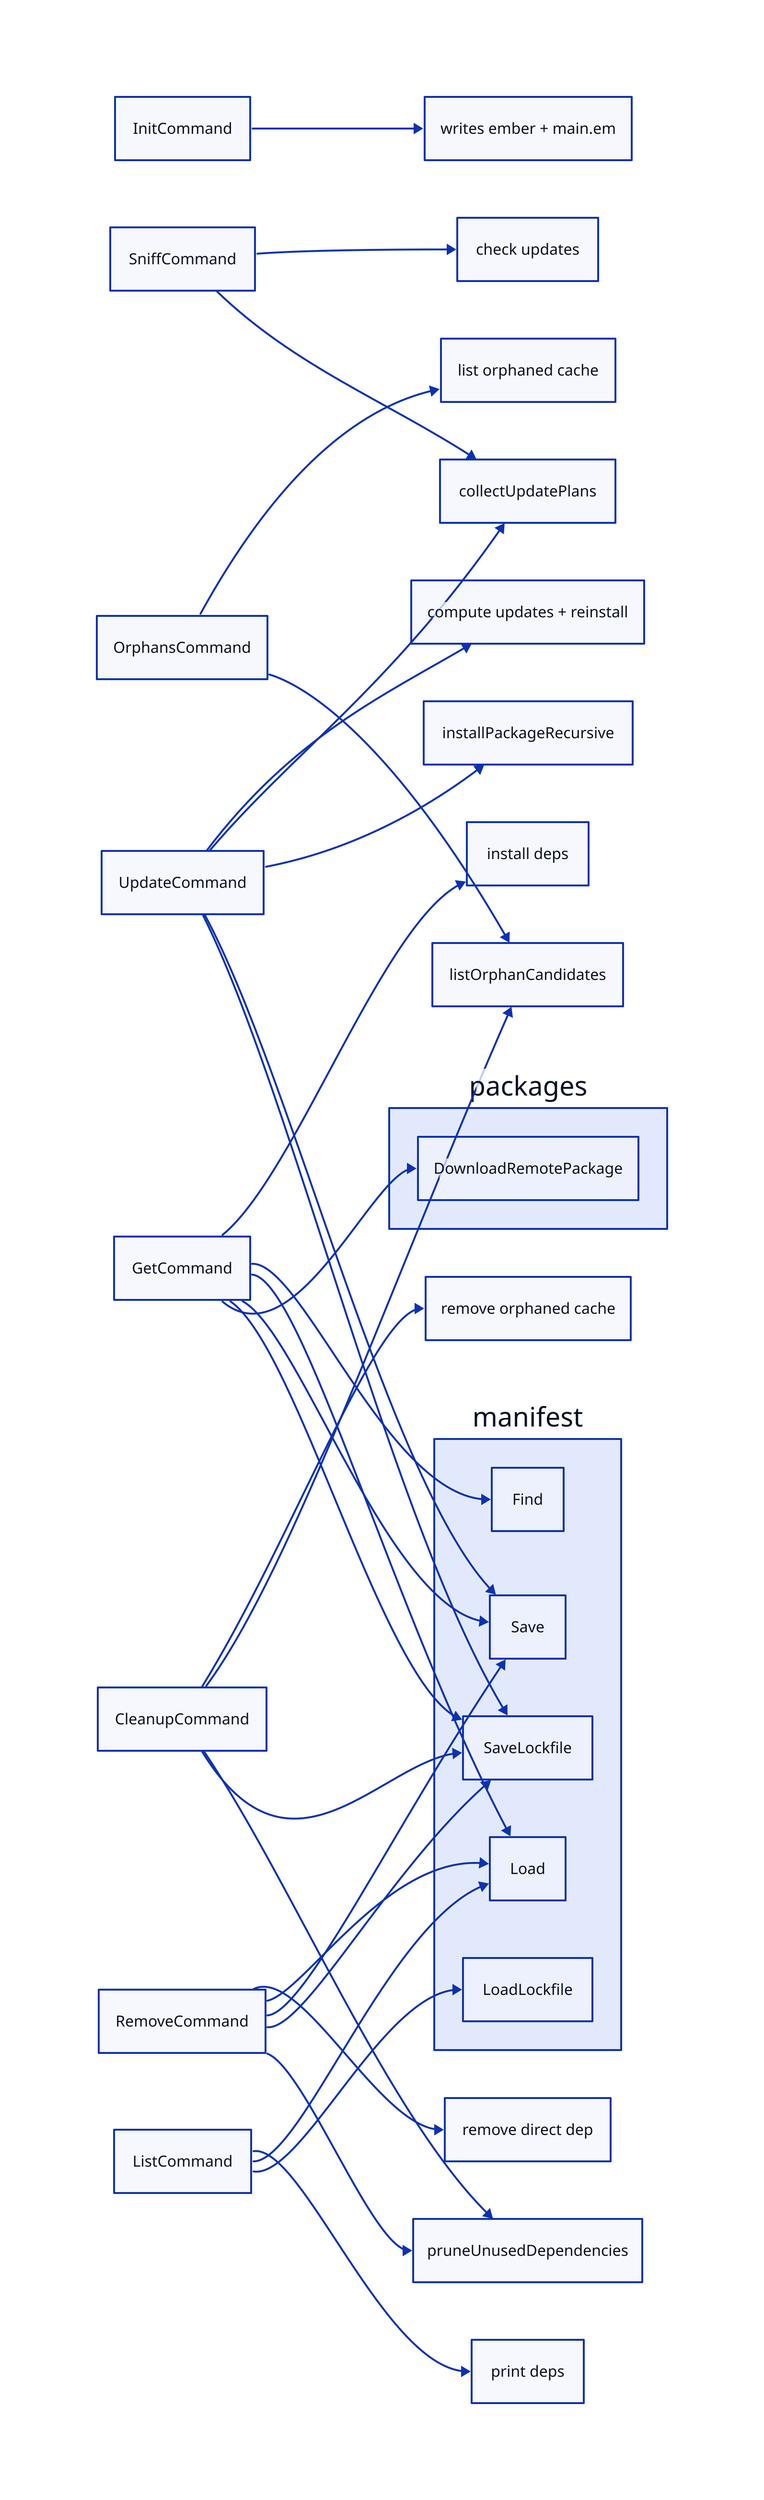
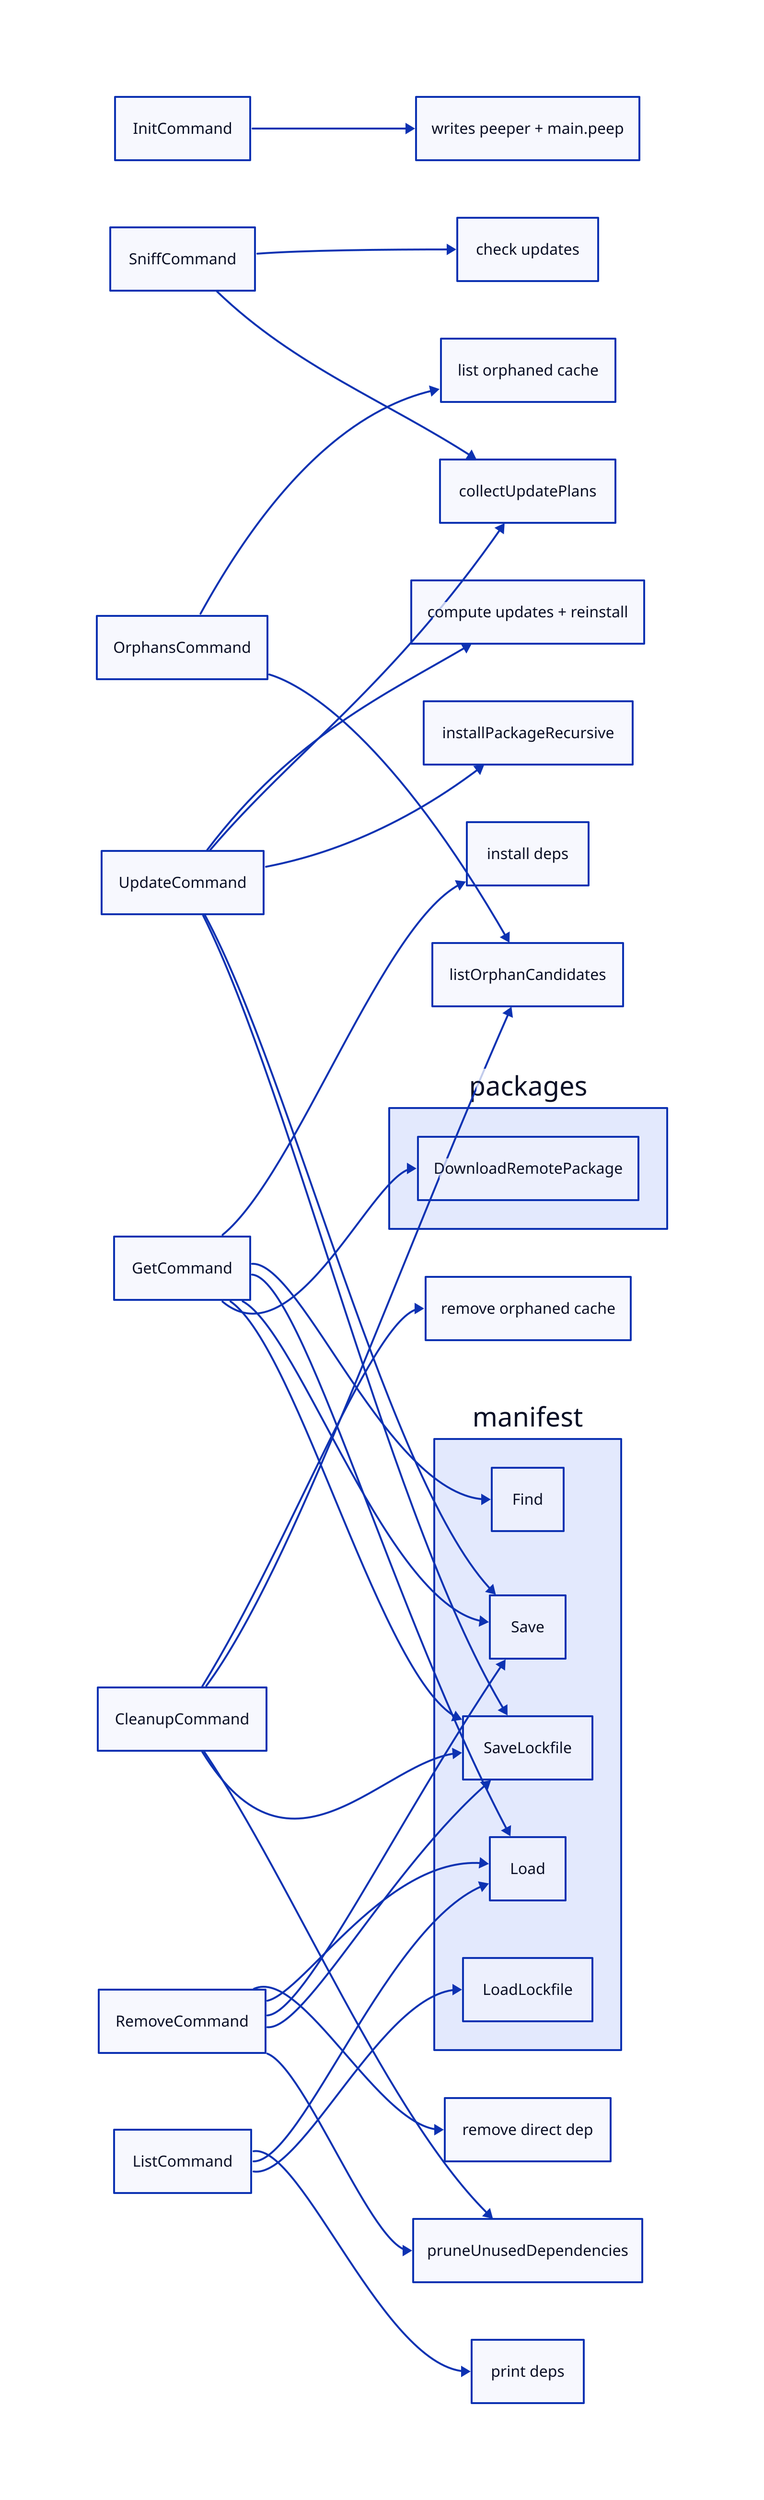
direction: right

- InitCommand -> "writes ember + main.em"
+ InitCommand -> "writes peeper + main.peep"
GetCommand -> "install deps"
UpdateCommand -> "compute updates + reinstall"
SniffCommand -> "check updates"
RemoveCommand -> "remove direct dep"
ListCommand -> "print deps"
CleanupCommand -> "remove orphaned cache"
OrphansCommand -> "list orphaned cache"

GetCommand -> manifest.Find
GetCommand -> manifest.Load
GetCommand -> manifest.Save
GetCommand -> manifest.SaveLockfile
GetCommand -> packages.DownloadRemotePackage

UpdateCommand -> collectUpdatePlans
UpdateCommand -> installPackageRecursive
UpdateCommand -> manifest.Save
UpdateCommand -> manifest.SaveLockfile

SniffCommand -> collectUpdatePlans

RemoveCommand -> manifest.Load
RemoveCommand -> manifest.Save
RemoveCommand -> manifest.SaveLockfile
RemoveCommand -> pruneUnusedDependencies

ListCommand -> manifest.Load
ListCommand -> manifest.LoadLockfile

CleanupCommand -> listOrphanCandidates
CleanupCommand -> pruneUnusedDependencies
CleanupCommand -> manifest.SaveLockfile

OrphansCommand -> listOrphanCandidates
